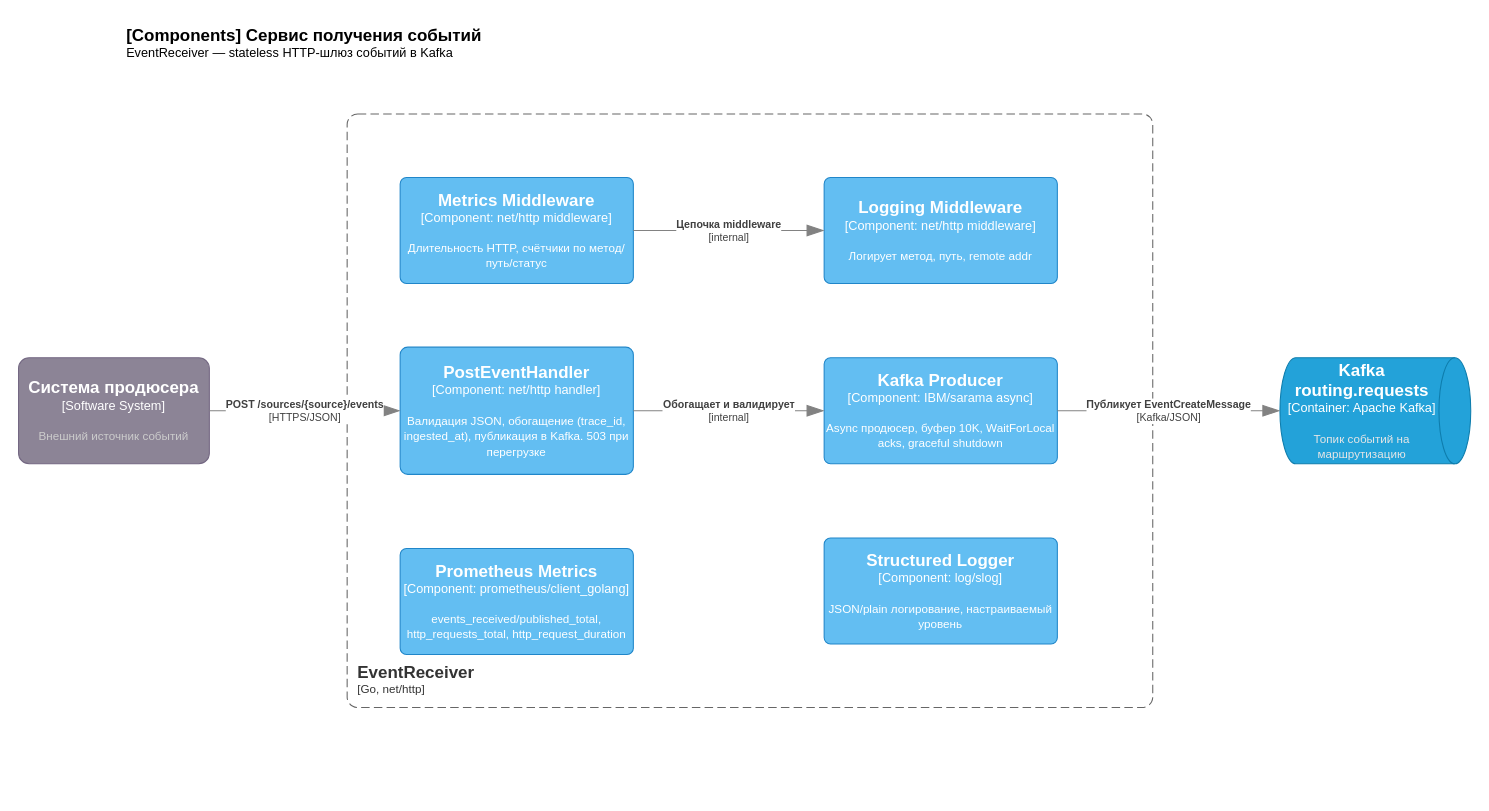
This is page "Components - EventReceiver" (3 of 5) of docs/resources/c4-arch.drawio from dws-1-2026-green/wiki, a draw.io file, before an edit. Source tidied: cells renumbered, new cells numbered last; positions are measured from the earlier drawing's top-left corner, leaving out a move shared by most shapes. Both pictures are drawn from the tidied source at 106%, with x=0, y=0 at pixel (18, 18).
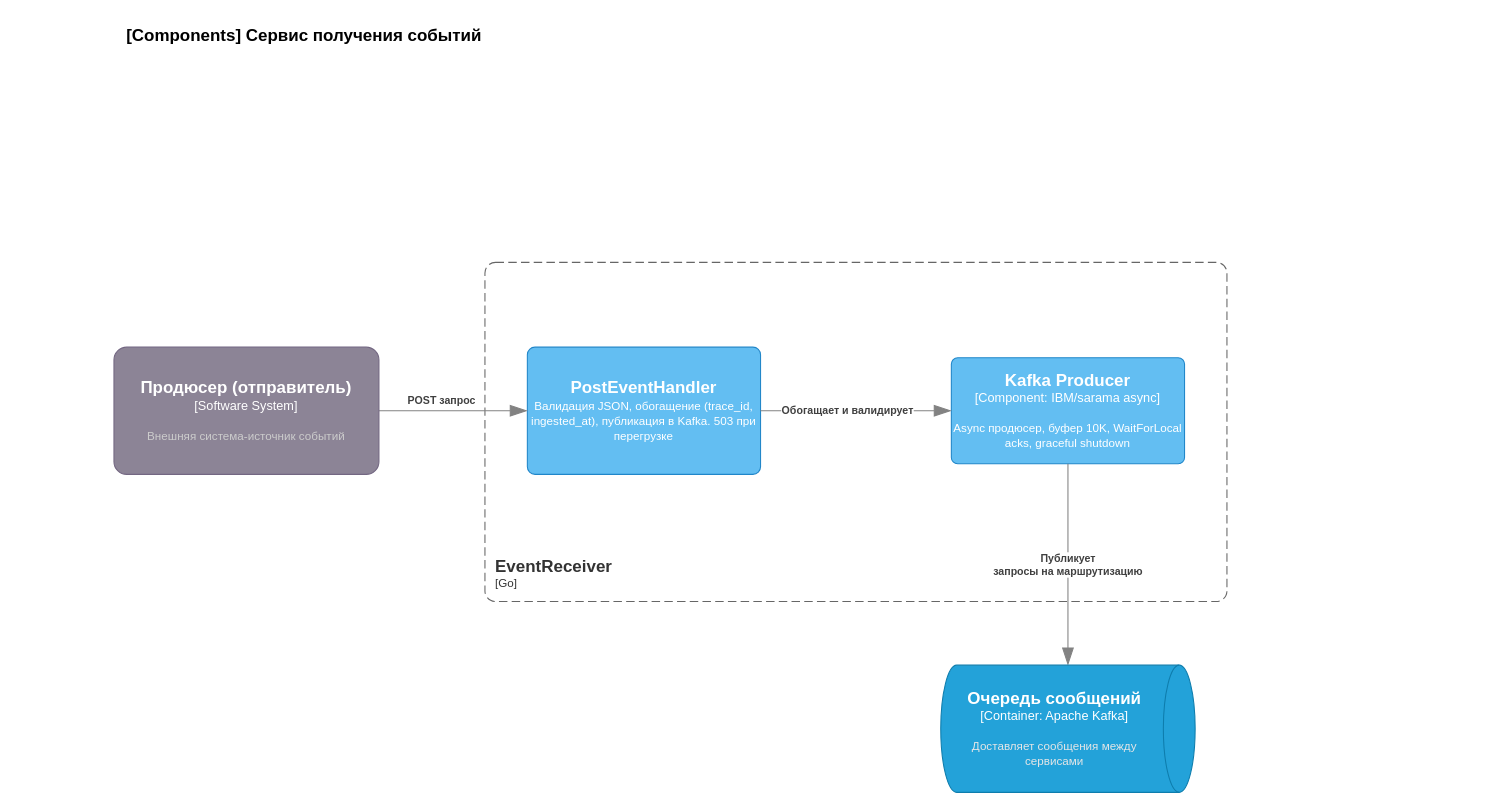
The same page after the edit.

Diff of the diagram source:
```diff
@@
-    <object id="2" label="&lt;font style=&quot;font-size: 16px&quot;&gt;&lt;b&gt;&lt;div style=&quot;text-align: left&quot;&gt;%c4Name%&lt;/div&gt;&lt;/b&gt;&lt;/font&gt;&lt;div style=&quot;text-align: left&quot;&gt;%c4Description%&lt;/div&gt;" c4Description="EventReceiver — stateless HTTP-шлюз событий в Kafka" c4Name="[Components] Сервис получения событий" placeholders="1">
+    <object id="2" label="&lt;font style=&quot;font-size: 16px&quot;&gt;&lt;b&gt;&lt;div style=&quot;text-align: left&quot;&gt;%c4Name%&lt;/div&gt;&lt;/b&gt;&lt;/font&gt;&lt;div style=&quot;text-align: left&quot;&gt;%c4Description%&lt;/div&gt;" c4Description="" c4Name="[Components] Сервис получения событий" placeholders="1">
       <mxCell style="text;html=1;strokeColor=none;fillColor=none;align=left;verticalAlign=top;whiteSpace=wrap;rounded=0;" parent="1" vertex="1">
         <mxGeometry x="100" width="500" height="60" as="geometry" />
       </mxCell>
     </object>
-    <object id="3" label="&lt;font style=&quot;font-size: 16px&quot;&gt;&lt;b&gt;&lt;div style=&quot;text-align: left&quot;&gt;%c4Name%&lt;/div&gt;&lt;/b&gt;&lt;/font&gt;&lt;div style=&quot;text-align: left&quot;&gt;[%c4Application%]&lt;/div&gt;" c4Application="Go, net/http" c4Name="EventReceiver" placeholders="1">
+    <object id="3" label="&lt;font style=&quot;font-size: 16px&quot;&gt;&lt;b&gt;&lt;div style=&quot;text-align: left&quot;&gt;%c4Name%&lt;/div&gt;&lt;/b&gt;&lt;/font&gt;&lt;div style=&quot;text-align: left&quot;&gt;[%c4Application%]&lt;/div&gt;" c4Application="Go" c4Name="EventReceiver" placeholders="1">
       <mxCell style="rounded=1;fontSize=11;whiteSpace=wrap;html=1;dashed=1;arcSize=20;fillColor=none;strokeColor=#666666;fontColor=#333333;labelBackgroundColor=none;align=left;verticalAlign=bottom;labelBorderColor=none;spacingTop=0;spacing=10;dashPattern=8 4;perimeter=rectanglePerimeter;noLabel=0;labelPadding=0;absoluteArcSize=1;" parent="1" vertex="1">
-        <mxGeometry x="310" y="90" width="760" height="560" as="geometry" />
+        <mxGeometry x="440" y="230" width="700" height="320" as="geometry" />
       </mxCell>
     </object>
-    <object id="4" label="&lt;font style=&quot;font-size: 16px&quot;&gt;&lt;b&gt;%c4Name%&lt;/b&gt;&lt;/font&gt;&lt;div&gt;[%c4Type%]&lt;/div&gt;&lt;br&gt;&lt;div&gt;&lt;font style=&quot;font-size: 11px&quot;&gt;&lt;font color=&quot;#cccccc&quot;&gt;%c4Description%&lt;/font&gt;&lt;/div&gt;" c4Description="Внешний источник событий" c4Name="Система продюсера" c4Type="Software System" placeholders="1">
-      <mxCell style="rounded=1;whiteSpace=wrap;html=1;labelBackgroundColor=none;fillColor=#8C8496;fontColor=#ffffff;align=center;arcSize=10;strokeColor=#736782;points=[[0.25,0,0],[0.5,0,0],[0.75,0,0],[1,0.25,0],[1,0.5,0],[1,0.75,0],[0.75,1,0],[0.5,1,0],[0.25,1,0],[0,0.75,0],[0,0.5,0],[0,0.25,0]];" parent="1" vertex="1">
-        <mxGeometry y="320" width="180" height="100" as="geometry" />
-      </mxCell>
-    </object>
-    <object id="5" label="&lt;font style=&quot;font-size: 16px&quot;&gt;&lt;b&gt;%c4Name%&lt;/b&gt;&lt;/font&gt;&lt;div&gt;[%c4Type%: %c4Technology%]&lt;/div&gt;&lt;br&gt;&lt;div&gt;&lt;font style=&quot;font-size: 11px&quot;&gt;&lt;font color=&quot;#E6E6E6&quot;&gt;%c4Description%&lt;/font&gt;&lt;/div&gt;" c4Description="Топик событий на маршрутизацию" c4Name="Kafka routing.requests" c4Technology="Apache Kafka" c4Type="Container" placeholders="1">
-      <mxCell style="shape=cylinder3;size=15;direction=south;whiteSpace=wrap;html=1;boundedLbl=1;rounded=0;labelBackgroundColor=none;fillColor=#23A2D9;fontSize=12;fontColor=#ffffff;align=center;strokeColor=#0E7DAD;points=[[0.5,0,0],[1,0.25,0],[1,0.5,0],[1,0.75,0],[0.5,1,0],[0,0.75,0],[0,0.5,0],[0,0.25,0]];" parent="1" vertex="1">
-        <mxGeometry x="1190" y="320" width="180" height="100" as="geometry" />
-      </mxCell>
-    </object>
-    <object id="6" label="&lt;font style=&quot;font-size: 16px&quot;&gt;&lt;b&gt;%c4Name%&lt;/b&gt;&lt;/font&gt;&lt;div&gt;[%c4Type%: %c4Technology%]&lt;/div&gt;&lt;br&gt;&lt;div&gt;&lt;font style=&quot;font-size: 11px&quot;&gt;%c4Description%&lt;/font&gt;&lt;/div&gt;" c4Description="Длительность HTTP, счётчики по метод/путь/статус" c4Name="Metrics Middleware" c4Technology="net/http middleware" c4Type="Component" placeholders="1">
-      <mxCell style="rounded=1;whiteSpace=wrap;html=1;labelBackgroundColor=none;fillColor=#63BEF2;fontColor=#ffffff;align=center;arcSize=6;strokeColor=#2086C9;points=[[0.25,0,0],[0.5,0,0],[0.75,0,0],[1,0.25,0],[1,0.5,0],[1,0.75,0],[0.75,1,0],[0.5,1,0],[0.25,1,0],[0,0.75,0],[0,0.5,0],[0,0.25,0]];" parent="1" vertex="1">
-        <mxGeometry x="360" y="150" width="220" height="100" as="geometry" />
-      </mxCell>
-    </object>
-    <object id="7" label="&lt;font style=&quot;font-size: 16px&quot;&gt;&lt;b&gt;%c4Name%&lt;/b&gt;&lt;/font&gt;&lt;div&gt;[%c4Type%: %c4Technology%]&lt;/div&gt;&lt;br&gt;&lt;div&gt;&lt;font style=&quot;font-size: 11px&quot;&gt;%c4Description%&lt;/font&gt;&lt;/div&gt;" c4Description="Логирует метод, путь, remote addr" c4Name="Logging Middleware" c4Technology="net/http middleware" c4Type="Component" placeholders="1">
-      <mxCell style="rounded=1;whiteSpace=wrap;html=1;labelBackgroundColor=none;fillColor=#63BEF2;fontColor=#ffffff;align=center;arcSize=6;strokeColor=#2086C9;points=[[0.25,0,0],[0.5,0,0],[0.75,0,0],[1,0.25,0],[1,0.5,0],[1,0.75,0],[0.75,1,0],[0.5,1,0],[0.25,1,0],[0,0.75,0],[0,0.5,0],[0,0.25,0]];" parent="1" vertex="1">
-        <mxGeometry x="760" y="150" width="220" height="100" as="geometry" />
-      </mxCell>
-    </object>
-    <object id="8" label="&lt;font style=&quot;font-size: 16px&quot;&gt;&lt;b&gt;%c4Name%&lt;/b&gt;&lt;/font&gt;&lt;div&gt;[%c4Type%: %c4Technology%]&lt;/div&gt;&lt;br&gt;&lt;div&gt;&lt;font style=&quot;font-size: 11px&quot;&gt;%c4Description%&lt;/font&gt;&lt;/div&gt;" c4Description="Валидация JSON, обогащение (trace_id, ingested_at), публикация в Kafka. 503 при перегрузке" c4Name="PostEventHandler" c4Technology="net/http handler" c4Type="Component" placeholders="1">
+    <object id="8" label="&lt;font style=&quot;font-size: 16px&quot;&gt;&lt;b&gt;%c4Name%&lt;/b&gt;&lt;/font&gt;&lt;br&gt;&lt;div&gt;&lt;font style=&quot;font-size: 11px&quot;&gt;%c4Description%&lt;/font&gt;&lt;/div&gt;" c4Description="Валидация JSON, обогащение (trace_id, ingested_at), публикация в Kafka. 503 при перегрузке" c4Name="PostEventHandler" placeholders="1">
       <mxCell style="rounded=1;whiteSpace=wrap;html=1;labelBackgroundColor=none;fillColor=#63BEF2;fontColor=#ffffff;align=center;arcSize=6;strokeColor=#2086C9;points=[[0.25,0,0],[0.5,0,0],[0.75,0,0],[1,0.25,0],[1,0.5,0],[1,0.75,0],[0.75,1,0],[0.5,1,0],[0.25,1,0],[0,0.75,0],[0,0.5,0],[0,0.25,0]];" parent="1" vertex="1">
-        <mxGeometry x="360" y="310" width="220" height="120" as="geometry" />
+        <mxGeometry x="480" y="310" width="220" height="120" as="geometry" />
       </mxCell>
     </object>
     <object id="9" label="&lt;font style=&quot;font-size: 16px&quot;&gt;&lt;b&gt;%c4Name%&lt;/b&gt;&lt;/font&gt;&lt;div&gt;[%c4Type%: %c4Technology%]&lt;/div&gt;&lt;br&gt;&lt;div&gt;&lt;font style=&quot;font-size: 11px&quot;&gt;%c4Description%&lt;/font&gt;&lt;/div&gt;" c4Description="Async продюсер, буфер 10K, WaitForLocal acks, graceful shutdown" c4Name="Kafka Producer" c4Technology="IBM/sarama async" c4Type="Component" placeholders="1">
       <mxCell style="rounded=1;whiteSpace=wrap;html=1;labelBackgroundColor=none;fillColor=#63BEF2;fontColor=#ffffff;align=center;arcSize=6;strokeColor=#2086C9;points=[[0.25,0,0],[0.5,0,0],[0.75,0,0],[1,0.25,0],[1,0.5,0],[1,0.75,0],[0.75,1,0],[0.5,1,0],[0.25,1,0],[0,0.75,0],[0,0.5,0],[0,0.25,0]];" parent="1" vertex="1">
-        <mxGeometry x="760" y="320" width="220" height="100" as="geometry" />
+        <mxGeometry x="880" y="320" width="220" height="100" as="geometry" />
       </mxCell>
     </object>
-    <object id="10" label="&lt;font style=&quot;font-size: 16px&quot;&gt;&lt;b&gt;%c4Name%&lt;/b&gt;&lt;/font&gt;&lt;div&gt;[%c4Type%: %c4Technology%]&lt;/div&gt;&lt;br&gt;&lt;div&gt;&lt;font style=&quot;font-size: 11px&quot;&gt;%c4Description%&lt;/font&gt;&lt;/div&gt;" c4Description="events_received/published_total, http_requests_total, http_request_duration" c4Name="Prometheus Metrics" c4Technology="prometheus/client_golang" c4Type="Component" placeholders="1">
-      <mxCell style="rounded=1;whiteSpace=wrap;html=1;labelBackgroundColor=none;fillColor=#63BEF2;fontColor=#ffffff;align=center;arcSize=6;strokeColor=#2086C9;" parent="1" vertex="1">
-        <mxGeometry x="360" y="500" width="220" height="100" as="geometry" />
-      </mxCell>
-    </object>
-    <object id="11" label="&lt;font style=&quot;font-size: 16px&quot;&gt;&lt;b&gt;%c4Name%&lt;/b&gt;&lt;/font&gt;&lt;div&gt;[%c4Type%: %c4Technology%]&lt;/div&gt;&lt;br&gt;&lt;div&gt;&lt;font style=&quot;font-size: 11px&quot;&gt;%c4Description%&lt;/font&gt;&lt;/div&gt;" c4Description="JSON/plain логирование, настраиваемый уровень" c4Name="Structured Logger" c4Technology="log/slog" c4Type="Component" placeholders="1">
-      <mxCell style="rounded=1;whiteSpace=wrap;html=1;labelBackgroundColor=none;fillColor=#63BEF2;fontColor=#ffffff;align=center;arcSize=6;strokeColor=#2086C9;" parent="1" vertex="1">
-        <mxGeometry x="760" y="490" width="220" height="100" as="geometry" />
-      </mxCell>
-    </object>
-    <object id="12" label="&lt;div style=&quot;text-align: left&quot;&gt;&lt;div style=&quot;text-align: center&quot;&gt;&lt;b&gt;%c4Description%&lt;/b&gt;&lt;/div&gt;&lt;div style=&quot;text-align: center&quot;&gt;[%c4Technology%]&lt;/div&gt;&lt;/div&gt;" c4Description="POST /sources/{source}/events" c4Technology="HTTPS/JSON" placeholders="1">
+    <object id="12" label="&lt;div style=&quot;text-align: left&quot;&gt;&lt;div style=&quot;text-align: center&quot;&gt;&lt;b&gt;%c4Description%&lt;/b&gt;&lt;/div&gt;&lt;/div&gt;" c4Description="POST запрос" placeholders="1">
       <mxCell style="endArrow=blockThin;html=1;fontSize=10;fontColor=#404040;strokeWidth=1;endFill=1;strokeColor=#828282;endSize=14;startSize=14;jumpStyle=arc;jumpSize=16;rounded=0;" parent="1" edge="1" source="4" target="8">
-        <mxGeometry relative="1" as="geometry" />
+        <mxGeometry x="-0.16" y="10" relative="1" as="geometry" />
       </mxCell>
     </object>
-    <object id="13" label="&lt;div style=&quot;text-align: left&quot;&gt;&lt;div style=&quot;text-align: center&quot;&gt;&lt;b&gt;%c4Description%&lt;/b&gt;&lt;/div&gt;&lt;div style=&quot;text-align: center&quot;&gt;[%c4Technology%]&lt;/div&gt;&lt;/div&gt;" c4Description="Обогащает и валидирует" c4Technology="internal" placeholders="1">
+    <object id="13" label="&lt;div style=&quot;text-align: left&quot;&gt;&lt;div style=&quot;text-align: center&quot;&gt;&lt;b&gt;%c4Description%&lt;/b&gt;&lt;/div&gt;&lt;/div&gt;" c4Description="Обогащает и валидирует" placeholders="1">
       <mxCell style="endArrow=blockThin;html=1;fontSize=10;fontColor=#404040;strokeWidth=1;endFill=1;strokeColor=#828282;endSize=14;startSize=14;jumpStyle=arc;jumpSize=16;rounded=0;" parent="1" edge="1" source="8" target="9">
-        <mxGeometry relative="1" as="geometry" />
+        <mxGeometry x="-0.09" relative="1" as="geometry" />
       </mxCell>
     </object>
-    <object id="14" label="&lt;div style=&quot;text-align: left&quot;&gt;&lt;div style=&quot;text-align: center&quot;&gt;&lt;b&gt;%c4Description%&lt;/b&gt;&lt;/div&gt;&lt;div style=&quot;text-align: center&quot;&gt;[%c4Technology%]&lt;/div&gt;&lt;/div&gt;" c4Description="Публикует EventCreateMessage" c4Technology="Kafka/JSON" placeholders="1">
-      <mxCell style="endArrow=blockThin;html=1;fontSize=10;fontColor=#404040;strokeWidth=1;endFill=1;strokeColor=#828282;endSize=14;startSize=14;jumpStyle=arc;jumpSize=16;rounded=0;" parent="1" edge="1" source="9" target="5">
+    <object id="14" label="&lt;div style=&quot;text-align: left&quot;&gt;&lt;div style=&quot;text-align: center&quot;&gt;&lt;b&gt;%c4Description%&lt;/b&gt;&lt;/div&gt;&lt;/div&gt;" c4Description="Публикует&#10;запросы на маршрутизацию" placeholders="1">
+      <mxCell style="endArrow=blockThin;html=1;fontSize=10;fontColor=#404040;strokeWidth=1;endFill=1;strokeColor=#828282;endSize=14;startSize=14;jumpStyle=arc;jumpSize=16;rounded=0;entryX=0;entryY=0.5;entryDx=0;entryDy=0;entryPerimeter=0;" parent="1" edge="1" source="9" target="5">
         <mxGeometry relative="1" as="geometry" />
       </mxCell>
     </object>
-    <object id="15" label="&lt;div style=&quot;text-align: left&quot;&gt;&lt;div style=&quot;text-align: center&quot;&gt;&lt;b&gt;%c4Description%&lt;/b&gt;&lt;/div&gt;&lt;div style=&quot;text-align: center&quot;&gt;[%c4Technology%]&lt;/div&gt;&lt;/div&gt;" c4Description="Цепочка middleware" c4Technology="internal" placeholders="1">
-      <mxCell style="endArrow=blockThin;html=1;fontSize=10;fontColor=#404040;strokeWidth=1;endFill=1;strokeColor=#828282;endSize=14;startSize=14;jumpStyle=arc;jumpSize=16;rounded=0;" parent="1" edge="1" source="6" target="7">
-        <mxGeometry relative="1" as="geometry" />
-      </mxCell>
-    </object>
+    <object id="4" label="&lt;font style=&quot;font-size: 16px&quot;&gt;&lt;b&gt;%c4Name%&lt;/b&gt;&lt;/font&gt;&lt;div&gt;[%c4Type%]&lt;/div&gt;&lt;br&gt;&lt;div&gt;&lt;font style=&quot;font-size: 11px&quot;&gt;&lt;font color=&quot;#cccccc&quot;&gt;%c4Description%&lt;/font&gt;&lt;/div&gt;" c4Description="Внешняя система-источник событий" c4Name="Продюсер (отправитель)" c4Type="Software System" placeholders="1">
+      <mxCell style="rounded=1;whiteSpace=wrap;html=1;labelBackgroundColor=none;fillColor=#8C8496;fontColor=#ffffff;align=center;arcSize=10;strokeColor=#736782;points=[[0.25,0,0],[0.5,0,0],[0.75,0,0],[1,0.25,0],[1,0.5,0],[1,0.75,0],[0.75,1,0],[0.5,1,0],[0.25,1,0],[0,0.75,0],[0,0.5,0],[0,0.25,0]];" parent="1" vertex="1">
+        <mxGeometry x="90" y="310" width="250" height="120" as="geometry" />
+      </mxCell>
+    </object>
+    <object id="5" label="&lt;font style=&quot;font-size: 16px&quot;&gt;&lt;b&gt;%c4Name%&lt;/b&gt;&lt;/font&gt;&lt;div&gt;[%c4Type%: %c4Technology%]&lt;/div&gt;&lt;br&gt;&lt;div&gt;&lt;font style=&quot;font-size: 11px&quot;&gt;&lt;font color=&quot;#E6E6E6&quot;&gt;%c4Description%&lt;/font&gt;&lt;/div&gt;" c4Description="Доставляет сообщения между сервисами" c4Name="Очередь сообщений" c4Technology="Apache Kafka" c4Type="Container" placeholders="1">
+      <mxCell style="shape=cylinder3;size=15;direction=south;whiteSpace=wrap;html=1;boundedLbl=1;rounded=0;labelBackgroundColor=none;fillColor=#23A2D9;fontSize=12;fontColor=#ffffff;align=center;strokeColor=#0E7DAD;points=[[0.5,0,0],[1,0.25,0],[1,0.5,0],[1,0.75,0],[0.5,1,0],[0,0.75,0],[0,0.5,0],[0,0.25,0]];" parent="1" vertex="1">
+        <mxGeometry x="870" y="610" width="240" height="120" as="geometry" />
+      </mxCell>
+    </object>
```
